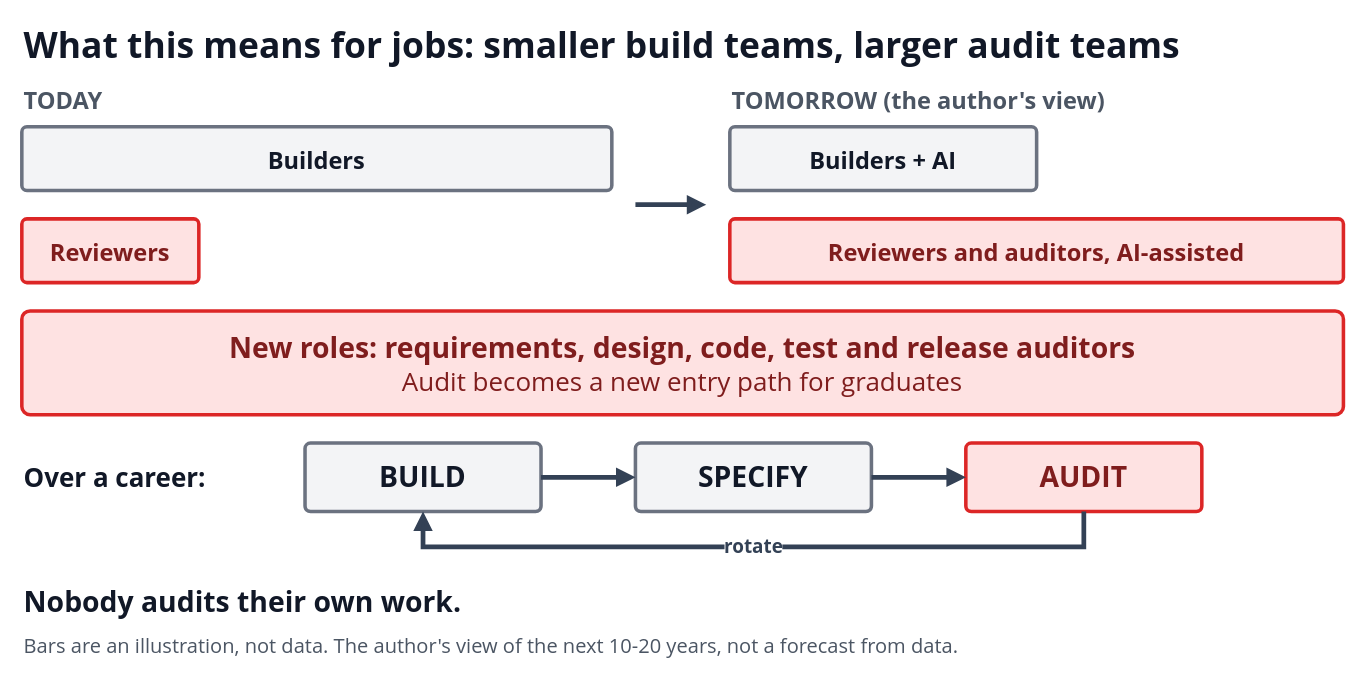
This is diagrams/11-jobs.drawio from i-asimkhan/ledger-layer-pattern, a draw.io file, before an edit. Source tidied: cells renumbered, new cells numbered last; positions are measured from the earlier drawing's top-left corner, leaving out a move shared by most shapes. Both pictures are drawn from the tidied source at 118%, with x=0, y=0 at pixel (21, 20).
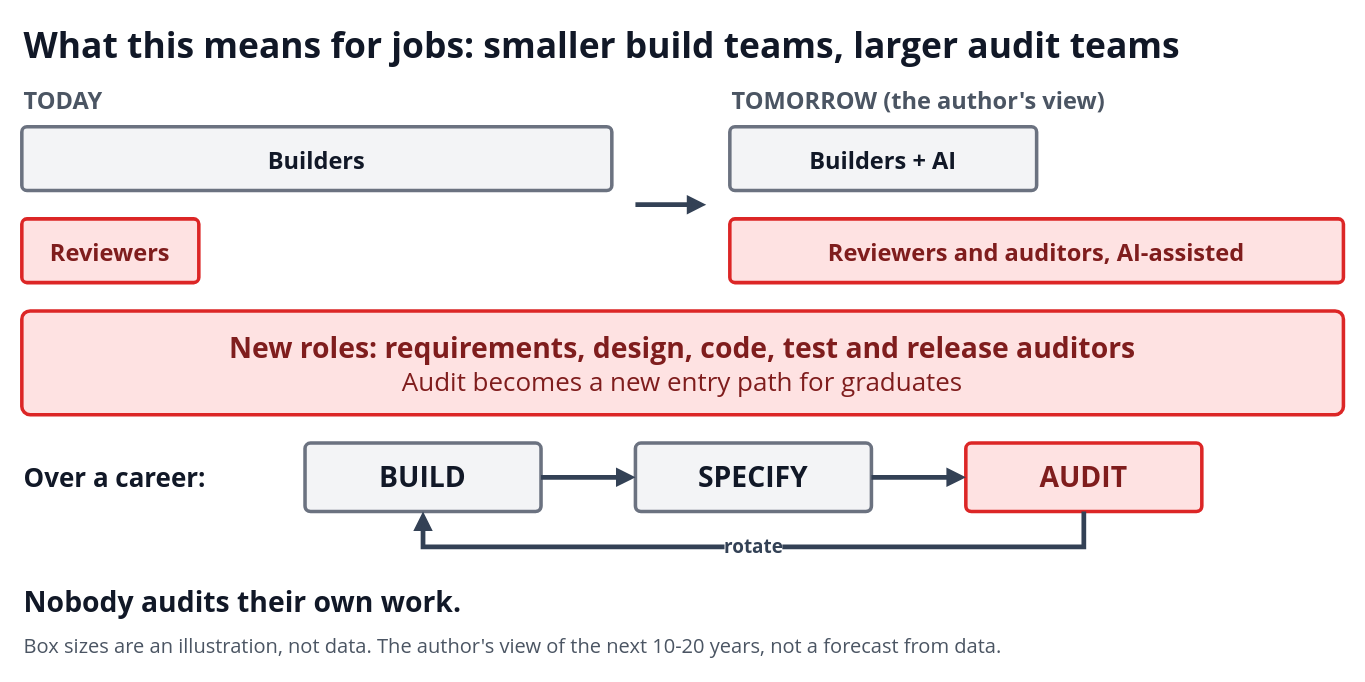
The same diagram, later.

Commit message (it also covers changes not shown here):
Diagram 11: footnote says "Box sizes", not "Bars" (#5)

Change to the diagram source:
```diff
@@
-    <mxCell id="20" value="Bars are an illustration, not data. The author&amp;#x27;s view of the next 10-20 years, not a forecast from data." style="text;html=1;strokeColor=none;fillColor=none;whiteSpace=wrap;verticalAlign=middle;align=left;fontSize=17;fontColor=#4B5563;fontFamily=Segoe UI;fontStyle=0;" parent="1" vertex="1">
+    <mxCell id="20" value="Box sizes are an illustration, not data. The author&amp;#x27;s view of the next 10-20 years, not a forecast from data." style="text;html=1;strokeColor=none;fillColor=none;whiteSpace=wrap;verticalAlign=middle;align=left;fontSize=17;fontColor=#4B5563;fontFamily=Segoe UI;fontStyle=0;" parent="1" vertex="1">
       <mxGeometry y="516" width="1120" height="28" as="geometry" />
     </mxCell>
```
